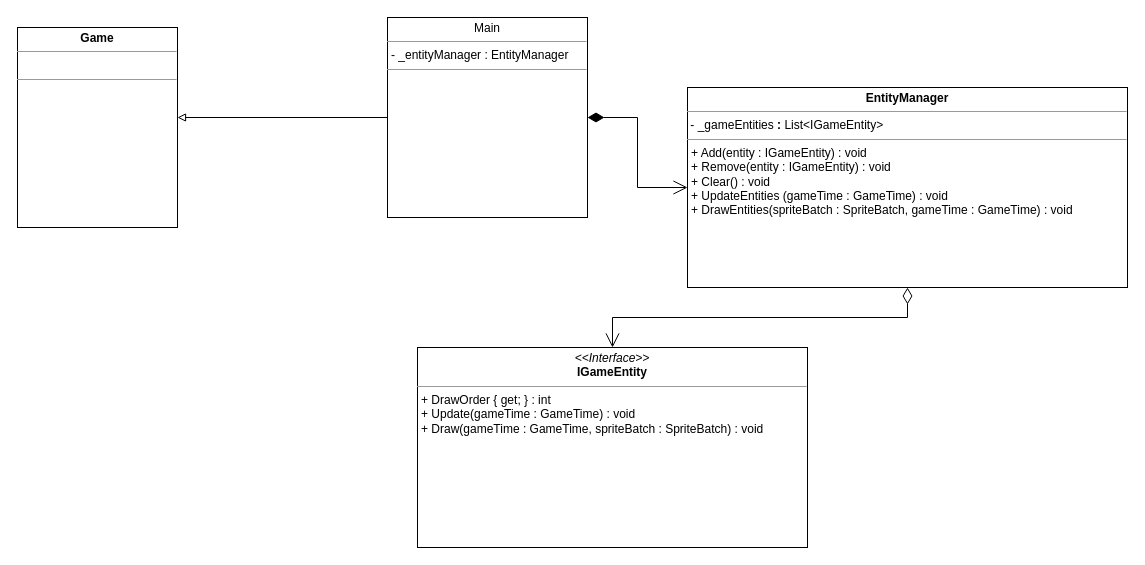
Before: Diagram.drawio in Ycalk/Confinement, a draw.io diagram. Source tidied: cells renumbered, new cells numbered last; positions are measured from the earlier drawing's top-left corner, leaving out a move shared by most shapes. Both pictures are drawn from the tidied source at 100%, with x=0, y=0 at pixel (17, 17).
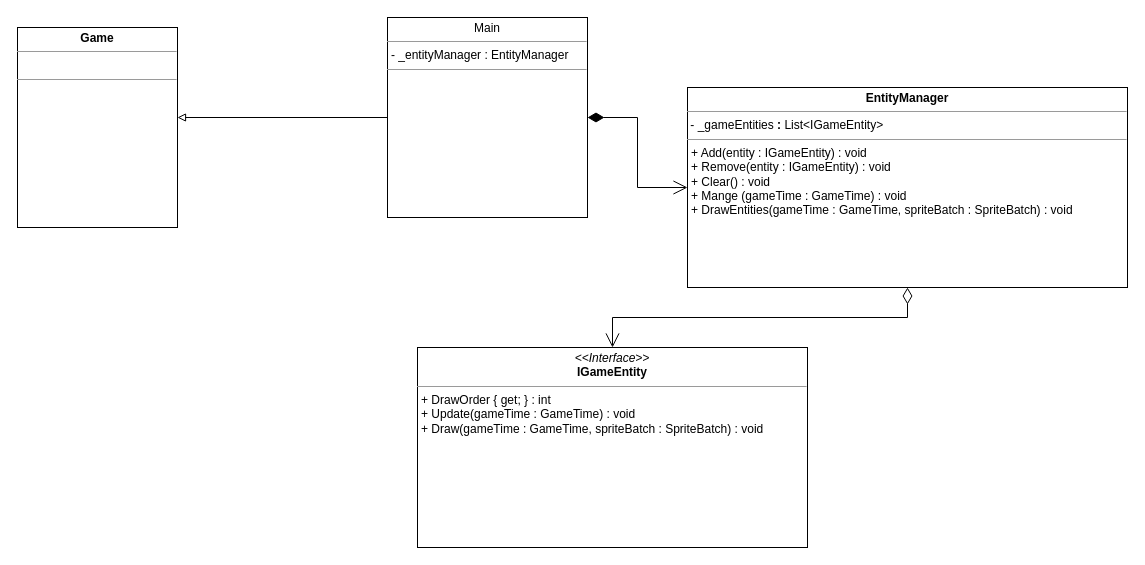
After the change.

The edit, as a diff of the source:
```diff
@@
 <mxGraphModel>
   <root>
     <mxCell id="0" />
     <mxCell id="1" parent="0" />
     <mxCell id="2" value="&lt;p style=&quot;margin:0px;margin-top:4px;text-align:center;&quot;&gt;&lt;i&gt;&amp;lt;&amp;lt;Interface&amp;gt;&amp;gt;&lt;/i&gt;&lt;br&gt;&lt;b&gt;IGameEntity&lt;/b&gt;&lt;/p&gt;&lt;hr size=&quot;1&quot;&gt;&lt;p style=&quot;margin:0px;margin-left:4px;&quot;&gt;+ DrawOrder { get; } : int&lt;/p&gt;&lt;p style=&quot;margin:0px;margin-left:4px;&quot;&gt;+ Update(gameTime : GameTime) : void&lt;/p&gt;&lt;p style=&quot;margin:0px;margin-left:4px;&quot;&gt;+ Draw(gameTime : GameTime, spriteBatch : SpriteBatch) : void&lt;/p&gt;" style="verticalAlign=top;align=left;overflow=fill;fontSize=12;fontFamily=Helvetica;html=1;whiteSpace=wrap;" parent="1" vertex="1">
       <mxGeometry x="400" y="330" width="390" height="200" as="geometry" />
     </mxCell>
     <mxCell id="3" style="edgeStyle=orthogonalEdgeStyle;rounded=0;jettySize=auto;html=1;endArrow=block;endFill=0;entryX=1;entryY=0.5;entryDx=0;entryDy=0;" parent="1" edge="1" source="4">
       <mxGeometry relative="1" as="geometry">
         <mxPoint x="160" y="100" as="targetPoint" />
       </mxGeometry>
     </mxCell>
     <mxCell id="4" value="&lt;p style=&quot;margin:0px;margin-top:4px;text-align:center;&quot;&gt;Main&lt;br&gt;&lt;/p&gt;&lt;hr size=&quot;1&quot;&gt;&lt;p style=&quot;margin:0px;margin-left:4px;&quot;&gt;- _entityManager : EntityManager&lt;/p&gt;&lt;hr size=&quot;1&quot;&gt;&lt;p style=&quot;margin:0px;margin-left:4px;&quot;&gt;&amp;nbsp;&lt;/p&gt;" style="verticalAlign=top;align=left;overflow=fill;fontSize=12;fontFamily=Helvetica;html=1;whiteSpace=wrap;" parent="1" vertex="1">
       <mxGeometry x="370" width="200" height="200" as="geometry" />
     </mxCell>
     <mxCell id="5" value="&lt;p style=&quot;margin:0px;margin-top:4px;text-align:center;&quot;&gt;&lt;b&gt;Game&lt;/b&gt;&lt;/p&gt;&lt;hr size=&quot;1&quot;&gt;&lt;p style=&quot;margin:0px;margin-left:4px;&quot;&gt;&amp;nbsp;&lt;/p&gt;&lt;hr size=&quot;1&quot;&gt;&lt;p style=&quot;margin:0px;margin-left:4px;&quot;&gt;&amp;nbsp;&lt;/p&gt;" style="verticalAlign=top;align=left;overflow=fill;fontSize=12;fontFamily=Helvetica;html=1;whiteSpace=wrap;" parent="1" vertex="1">
       <mxGeometry y="10" width="160" height="200" as="geometry" />
     </mxCell>
-    <mxCell id="6" value="&lt;p style=&quot;margin:0px;margin-top:4px;text-align:center;&quot;&gt;&lt;b&gt;EntityManager&lt;/b&gt;&lt;/p&gt;&lt;hr size=&quot;1&quot;&gt;&lt;p style=&quot;margin:0px;margin-left:4px;&quot;&gt;&lt;/p&gt;&lt;b style=&quot;border-color: var(--border-color); text-align: center;&quot;&gt;&amp;nbsp;&lt;/b&gt;&lt;span style=&quot;border-color: var(--border-color); text-align: center;&quot;&gt;- &lt;/span&gt;&lt;span style=&quot;border-color: var(--border-color); text-align: center;&quot;&gt;_gameEntities &lt;/span&gt;&lt;b style=&quot;border-color: var(--border-color); text-align: center;&quot;&gt;: &lt;/b&gt;&lt;span style=&quot;border-color: var(--border-color); text-align: center;&quot;&gt;List&amp;lt;IGameEntity&amp;gt;&lt;br&gt;&lt;/span&gt;&lt;hr size=&quot;1&quot;&gt;&lt;p style=&quot;margin:0px;margin-left:4px;&quot;&gt;+ Add(entity : IGameEntity) : void&lt;/p&gt;&lt;p style=&quot;margin:0px;margin-left:4px;&quot;&gt;+ Remove(entity : IGameEntity) : void&lt;/p&gt;&lt;p style=&quot;margin:0px;margin-left:4px;&quot;&gt;+ Clear() : void&lt;/p&gt;&lt;p style=&quot;margin:0px;margin-left:4px;&quot;&gt;+ UpdateEntities (gameTime : GameTime) : void&lt;/p&gt;&lt;p style=&quot;margin:0px;margin-left:4px;&quot;&gt;+ DrawEntities(spriteBatch : SpriteBatch, gameTime : GameTime) : void&lt;/p&gt;" style="verticalAlign=top;align=left;overflow=fill;fontSize=12;fontFamily=Helvetica;html=1;whiteSpace=wrap;" parent="1" vertex="1">
+    <mxCell id="6" value="&lt;p style=&quot;margin:0px;margin-top:4px;text-align:center;&quot;&gt;&lt;b&gt;EntityManager&lt;/b&gt;&lt;/p&gt;&lt;hr size=&quot;1&quot;&gt;&lt;p style=&quot;margin:0px;margin-left:4px;&quot;&gt;&lt;/p&gt;&lt;b style=&quot;border-color: var(--border-color); text-align: center;&quot;&gt;&amp;nbsp;&lt;/b&gt;&lt;span style=&quot;border-color: var(--border-color); text-align: center;&quot;&gt;- &lt;/span&gt;&lt;span style=&quot;border-color: var(--border-color); text-align: center;&quot;&gt;_gameEntities &lt;/span&gt;&lt;b style=&quot;border-color: var(--border-color); text-align: center;&quot;&gt;: &lt;/b&gt;&lt;span style=&quot;border-color: var(--border-color); text-align: center;&quot;&gt;List&amp;lt;IGameEntity&amp;gt;&lt;br&gt;&lt;/span&gt;&lt;hr size=&quot;1&quot;&gt;&lt;p style=&quot;margin:0px;margin-left:4px;&quot;&gt;+ Add(entity : IGameEntity) : void&lt;/p&gt;&lt;p style=&quot;margin:0px;margin-left:4px;&quot;&gt;+ Remove(entity : IGameEntity) : void&lt;/p&gt;&lt;p style=&quot;margin:0px;margin-left:4px;&quot;&gt;+ Clear() : void&lt;/p&gt;&lt;p style=&quot;margin:0px;margin-left:4px;&quot;&gt;+ Mange (gameTime : GameTime) : void&lt;/p&gt;&lt;p style=&quot;margin:0px;margin-left:4px;&quot;&gt;+ DrawEntities(gameTime : GameTime, spriteBatch : SpriteBatch) : void&lt;/p&gt;" style="verticalAlign=top;align=left;overflow=fill;fontSize=12;fontFamily=Helvetica;html=1;whiteSpace=wrap;" parent="1" vertex="1">
       <mxGeometry x="670" y="70" width="440" height="200" as="geometry" />
     </mxCell>
     <mxCell id="7" style="endArrow=open;html=1;endSize=12;startArrow=diamondThin;startSize=14;startFill=0;edgeStyle=orthogonalEdgeStyle;align=left;verticalAlign=bottom;rounded=0;exitX=0.5;exitY=1;exitDx=0;exitDy=0;entryX=0.5;entryY=0;entryDx=0;entryDy=0;" parent="1" edge="1" source="6" target="2">
       <mxGeometry x="-0.49" y="20" relative="1" as="geometry" />
     </mxCell>
     <mxCell id="8" style="endArrow=open;html=1;endSize=12;startArrow=diamondThin;startSize=14;startFill=1;edgeStyle=orthogonalEdgeStyle;align=left;verticalAlign=bottom;rounded=0;entryX=0;entryY=0.5;entryDx=0;entryDy=0;exitX=1;exitY=0.5;exitDx=0;exitDy=0;" parent="1" edge="1" source="4" target="6">
       <mxGeometry x="-1" y="3" relative="1" as="geometry" />
     </mxCell>
   </root>
 </mxGraphModel>
```
